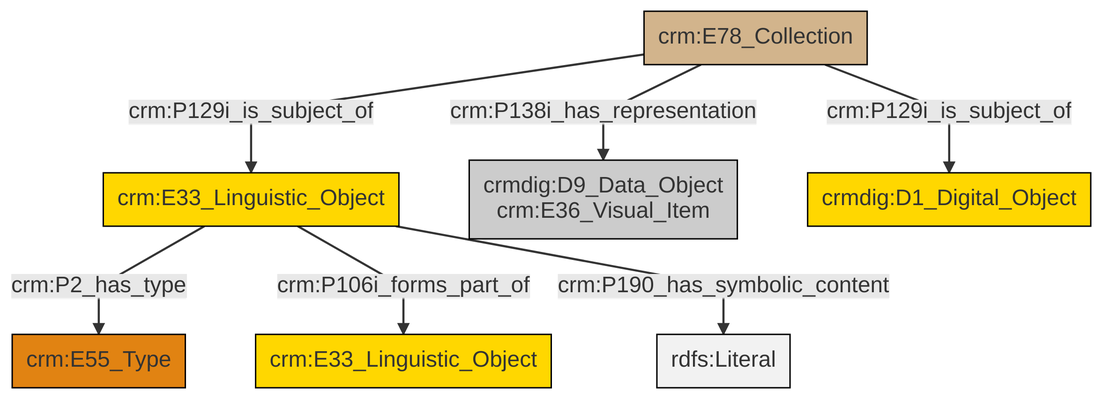
This is et/archivalCSV/ttl/mmd/png/archival_docs.png from swiss-art-research-net/docs.swissartresearch, a Mermaid export, as it was before one commit. Its source is kept beside it as et/archivalCSV/ttl/mmd/archival_docs.ttl.mmd.
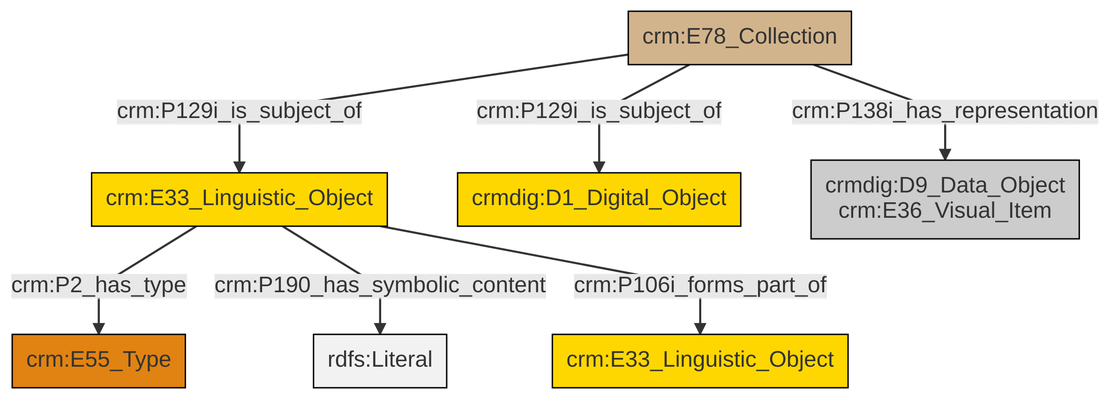
The same diagram one commit later.

Diff of the diagram source:
```diff
@@ -14,8 +14,8 @@
 classDef Multi fill:#cccccc,stroke:#000000;
 
 0["crm:E33_Linguistic_Object"]:::Conceptual_Object -->|crm:P2_has_type| 1["crm:E55_Type"]:::Type
-0["crm:E33_Linguistic_Object"]:::Conceptual_Object -->|crm:P106i_forms_part_of| 3["crm:E33_Linguistic_Object"]:::Conceptual_Object
 4["crm:E78_Collection"]:::Physical_Thing -->|crm:P138i_has_representation| 5["crmdig:D9_Data_Object<br>crm:E36_Visual_Item"]:::Multi
-0["crm:E33_Linguistic_Object"]:::Conceptual_Object -->|crm:P190_has_symbolic_content| 10[rdfs:Literal]:::Literal
-4["crm:E78_Collection"]:::Physical_Thing -->|crm:P129i_is_subject_of| 11["crmdig:D1_Digital_Object"]:::Conceptual_Object
+4["crm:E78_Collection"]:::Physical_Thing -->|crm:P129i_is_subject_of| 2["crmdig:D1_Digital_Object"]:::Conceptual_Object
+0["crm:E33_Linguistic_Object"]:::Conceptual_Object -->|crm:P190_has_symbolic_content| 7[rdfs:Literal]:::Literal
 4["crm:E78_Collection"]:::Physical_Thing -->|crm:P129i_is_subject_of| 0["crm:E33_Linguistic_Object"]:::Conceptual_Object
+0["crm:E33_Linguistic_Object"]:::Conceptual_Object -->|crm:P106i_forms_part_of| 10["crm:E33_Linguistic_Object"]:::Conceptual_Object
```
